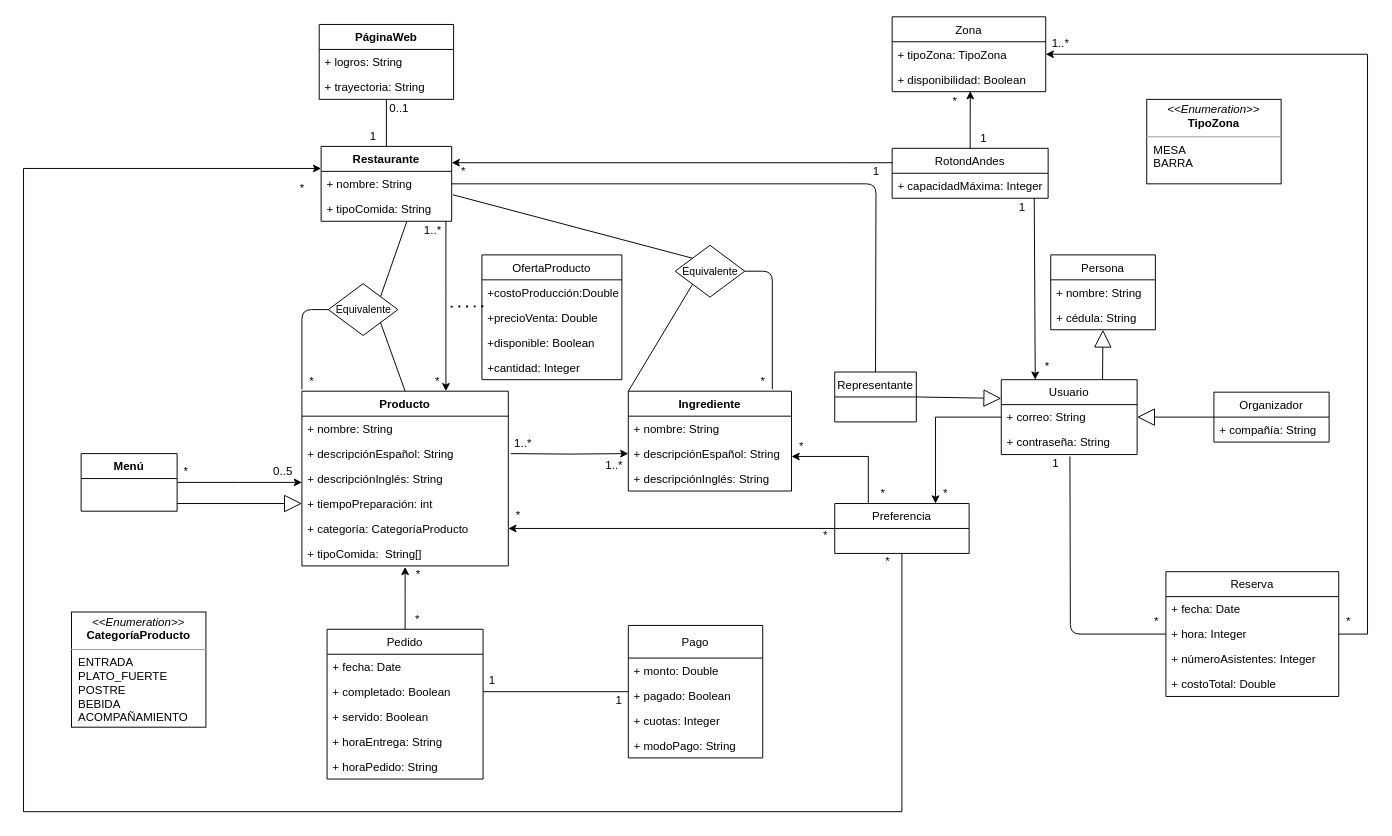
Above: Untitled Diagram.drawio in ValentinaSalazarM/Sistrans (draw.io), before the change. Source tidied: cells renumbered, new cells numbered last; positions are measured from the earlier drawing's top-left corner, leaving out a move shared by most shapes. Both pictures are drawn from the tidied source at 96%, with x=0, y=0 at pixel (23, 16).
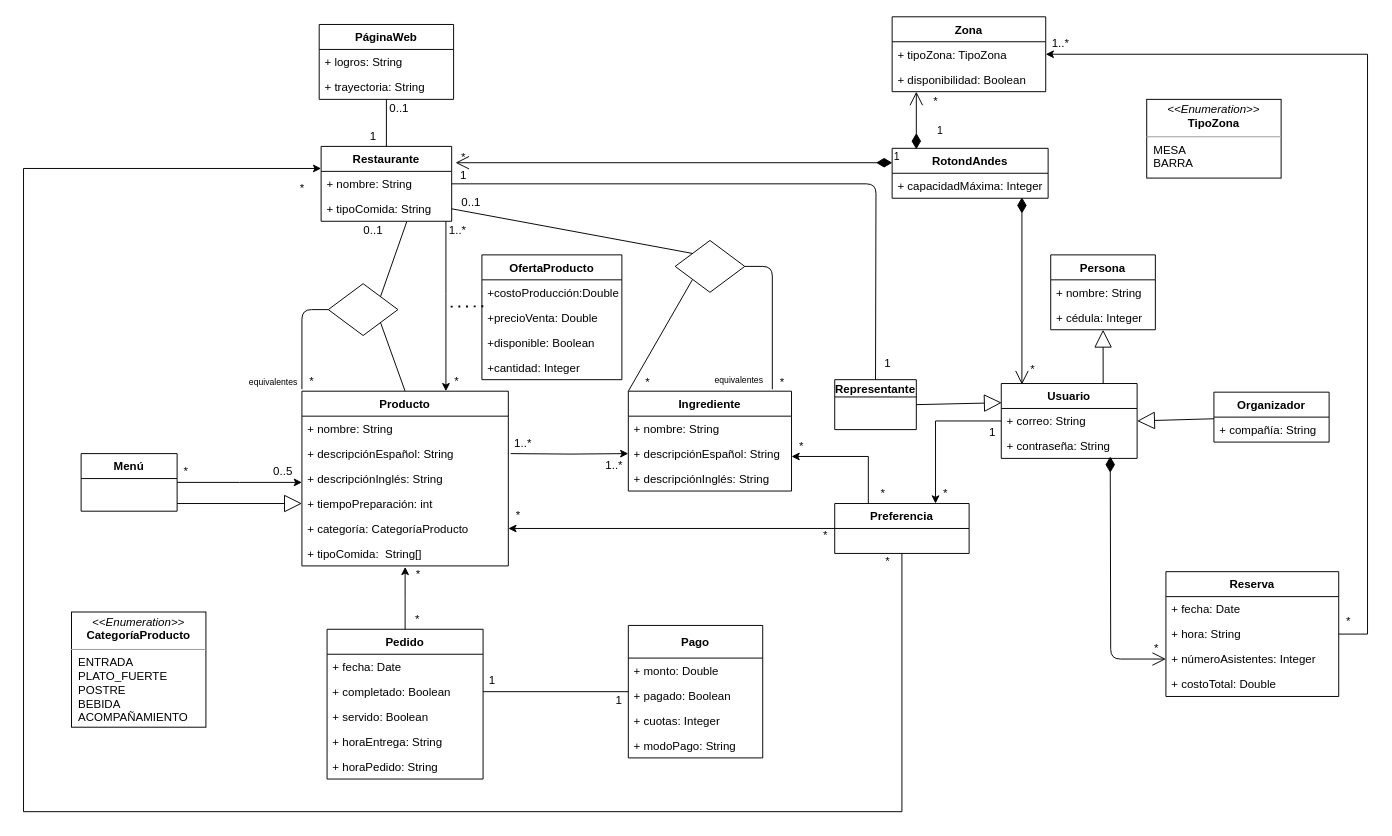
The same page after the edit.

Unchanged cells that the change refers to:
```xml
<mxCell id="16" value="+ tipoComida: String" style="text;strokeColor=none;fillColor=none;align=left;verticalAlign=top;spacingLeft=4;spacingRight=4;overflow=hidden;points=[[0,0.5],[1,0.5]];portConstraint=eastwest;" parent="14" vertex="1">
  <mxGeometry y="52" width="136" height="26" as="geometry" />
</mxCell>
<mxCell id="38" value="+ correo: String" style="text;strokeColor=none;fillColor=none;align=left;verticalAlign=top;spacingLeft=4;spacingRight=4;overflow=hidden;points=[[0,0.5],[1,0.5]];portConstraint=eastwest;" parent="37" vertex="1">
  <mxGeometry y="26" width="141.5" height="26" as="geometry" />
</mxCell>
<mxCell id="52" value="+ númeroAsistentes: Integer" style="text;strokeColor=none;fillColor=none;align=left;verticalAlign=top;spacingLeft=4;spacingRight=4;overflow=hidden;points=[[0,0.5],[1,0.5]];portConstraint=eastwest;" parent="49" vertex="1">
  <mxGeometry y="78" width="180" height="26" as="geometry" />
</mxCell>
<mxCell id="70" value="+ disponibilidad: Boolean" style="text;strokeColor=none;fillColor=none;align=left;verticalAlign=top;spacingLeft=4;spacingRight=4;overflow=hidden;points=[[0,0.5],[1,0.5]];portConstraint=eastwest;" parent="68" vertex="1">
  <mxGeometry y="52" width="160" height="26" as="geometry" />
</mxCell>
<mxCell id="72" value="+ capacidadMáxima: Integer" style="text;strokeColor=none;fillColor=none;align=left;verticalAlign=top;spacingLeft=4;spacingRight=4;overflow=hidden;points=[[0,0.5],[1,0.5]];portConstraint=eastwest;" parent="71" vertex="1">
  <mxGeometry y="26" width="162.5" height="26" as="geometry" />
</mxCell>
```

What changed in the source:
```diff
@@
-    <mxCell id="4" style="edgeStyle=orthogonalEdgeStyle;rounded=0;orthogonalLoop=1;jettySize=auto;html=1;" parent="1" edge="1">
-      <mxGeometry relative="1" as="geometry">
-        <mxPoint x="905" y="152" as="sourcePoint" />
-        <mxPoint x="446" y="152" as="targetPoint" />
-        <Array as="points">
-          <mxPoint x="856" y="152" />
-        </Array>
-      </mxGeometry>
-    </mxCell>
@@
     <mxCell id="9" value="&lt;p style=&quot;margin: 0px ; margin-top: 4px ; text-align: center&quot;&gt;&lt;i&gt;&amp;lt;&amp;lt;Enumeration&amp;gt;&amp;gt;&lt;/i&gt;&lt;br&gt;&lt;b&gt;TipoZona&lt;/b&gt;&lt;/p&gt;&lt;hr size=&quot;1&quot;&gt;&lt;p style=&quot;margin: 0px ; margin-left: 4px&quot;&gt;&amp;nbsp;MESA&lt;/p&gt;&lt;p style=&quot;margin: 0px ; margin-left: 4px&quot;&gt;&amp;nbsp;BARRA&lt;/p&gt;&lt;p style=&quot;margin: 0px ; margin-left: 4px&quot;&gt;&lt;br&gt;&lt;/p&gt;" style="verticalAlign=top;align=left;overflow=fill;fontSize=12;fontFamily=Helvetica;html=1;" parent="1" vertex="1">
-      <mxGeometry x="1170" y="86" width="140" height="88" as="geometry" />
+      <mxGeometry x="1170" y="86" width="140" height="82" as="geometry" />
     </mxCell>
-    <mxCell id="10" style="edgeStyle=orthogonalEdgeStyle;rounded=0;jettySize=auto;html=1;entryX=0.509;entryY=0.979;entryDx=0;entryDy=0;entryPerimeter=0;" parent="1" edge="1" source="71" target="70">
-      <mxGeometry relative="1" as="geometry" />
-    </mxCell>
@@
-    <mxCell id="13" value="&lt;font style=&quot;font-size: 11px&quot;&gt;Equivalente&lt;/font&gt;" style="rhombus;whiteSpace=wrap;html=1;" parent="1" vertex="1">
+    <mxCell id="13" style="rhombus;whiteSpace=wrap;html=1;" parent="1" vertex="1">
       <mxGeometry x="317.5" y="278" width="72.5" height="54" as="geometry" />
     </mxCell>
@@
     <mxCell id="17" value="*" style="text;html=1;align=center;verticalAlign=middle;" parent="1" vertex="1">
-      <mxGeometry x="421" y="370" width="20" height="20" as="geometry" />
+      <mxGeometry x="441" y="370" width="20" height="20" as="geometry" />
     </mxCell>
@@
     <mxCell id="26" value="1..*" style="text;html=1;align=center;verticalAlign=middle;" parent="1" vertex="1">
-      <mxGeometry x="411" y="213" width="30" height="20" as="geometry" />
+      <mxGeometry x="437" y="213" width="30" height="20" as="geometry" />
     </mxCell>
@@
-    <mxCell id="34" style="endArrow=block;endSize=16;endFill=0;html=1;elbow=vertical;" parent="1" edge="1" target="91">
-      <mxGeometry relative="1" as="geometry">
-        <mxPoint x="1124" y="378" as="sourcePoint" />
-      </mxGeometry>
+    <mxCell id="34" style="endArrow=block;endSize=16;endFill=0;html=1;elbow=vertical;exitX=0.75;exitY=0;exitDx=0;exitDy=0;" parent="1" edge="1" source="37" target="91">
+      <mxGeometry relative="1" as="geometry" />
     </mxCell>
-    <mxCell id="35" style="endArrow=block;endSize=16;endFill=0;html=1;elbow=vertical;" parent="1" edge="1" source="109" target="38">
+    <mxCell id="35" style="endArrow=block;endSize=16;endFill=0;html=1;elbow=vertical;entryX=1;entryY=0.5;entryDx=0;entryDy=0;" parent="1" edge="1" source="109" target="38">
       <mxGeometry relative="1" as="geometry" />
     </mxCell>
@@
-    <mxCell id="37" value="Usuario" style="swimlane;fontStyle=0;horizontal=1;startSize=26;fillColor=none;shadow=0;" parent="1" vertex="1">
-      <mxGeometry x="1018.5" y="378" width="141.5" height="78" as="geometry" />
+    <mxCell id="37" value="Usuario" style="swimlane;fontStyle=1;horizontal=1;startSize=26;fillColor=none;shadow=0;" parent="1" vertex="1">
+      <mxGeometry x="1018.5" y="382" width="141.5" height="78" as="geometry" />
     </mxCell>
@@
     <mxCell id="43" value="*" style="text;html=1;align=center;verticalAlign=middle;" parent="1" vertex="1">
-      <mxGeometry x="1056" y="354" width="20" height="20" as="geometry" />
+      <mxGeometry x="1041" y="358" width="20" height="20" as="geometry" />
     </mxCell>
-    <mxCell id="44" value="1" style="text;html=1;align=center;verticalAlign=middle;" parent="1" vertex="1">
-      <mxGeometry x="1030" y="189" width="20" height="20" as="geometry" />
-    </mxCell>
     <mxCell id="45" value="*" style="text;html=1;align=center;verticalAlign=middle;" parent="1" vertex="1">
-      <mxGeometry x="960" y="78" width="20" height="20" as="geometry" />
+      <mxGeometry x="940" y="78" width="20" height="20" as="geometry" />
     </mxCell>
-    <mxCell id="46" value="1" style="text;html=1;align=center;verticalAlign=middle;" parent="1" vertex="1">
-      <mxGeometry x="990" y="117" width="20" height="20" as="geometry" />
-    </mxCell>
     <mxCell id="47" value="*" style="text;html=1;align=center;verticalAlign=middle;" parent="1" vertex="1">
-      <mxGeometry x="448" y="151" width="20" height="20" as="geometry" />
+      <mxGeometry x="448" y="137" width="20" height="20" as="geometry" />
     </mxCell>
-    <mxCell id="48" value="1" style="text;html=1;align=center;verticalAlign=middle;" parent="1" vertex="1">
-      <mxGeometry x="877.5" y="151" width="20" height="20" as="geometry" />
-    </mxCell>
-    <mxCell id="49" value="Reserva" style="swimlane;fontStyle=0;horizontal=1;startSize=26;fillColor=none;" parent="1" vertex="1">
+    <mxCell id="49" value="Reserva" style="swimlane;fontStyle=1;horizontal=1;startSize=26;fillColor=none;" parent="1" vertex="1">
       <mxGeometry x="1190" y="578" width="180" height="130" as="geometry" />
     </mxCell>
@@
-    <mxCell id="51" value="+ hora: Integer" style="text;strokeColor=none;fillColor=none;align=left;verticalAlign=top;spacingLeft=4;spacingRight=4;overflow=hidden;points=[[0,0.5],[1,0.5]];portConstraint=eastwest;" parent="49" vertex="1">
+    <mxCell id="51" value="+ hora: String&#10;" style="text;strokeColor=none;fillColor=none;align=left;verticalAlign=top;spacingLeft=4;spacingRight=4;overflow=hidden;points=[[0,0.5],[1,0.5]];portConstraint=eastwest;" parent="49" vertex="1">
       <mxGeometry y="52" width="180" height="26" as="geometry" />
     </mxCell>
@@
-    <mxCell id="59" value="&lt;font style=&quot;font-size: 11px&quot;&gt;Equivalente&lt;/font&gt;" style="rhombus;whiteSpace=wrap;html=1;" parent="1" vertex="1">
-      <mxGeometry x="678.8" y="238" width="72.5" height="54" as="geometry" />
+    <mxCell id="59" style="rhombus;whiteSpace=wrap;html=1;" parent="1" vertex="1">
+      <mxGeometry x="678.8" y="233" width="72.5" height="54" as="geometry" />
     </mxCell>
@@
-    <mxCell id="67" style="edgeStyle=none;rounded=0;jettySize=auto;html=1;entryX=0.25;entryY=0;entryDx=0;entryDy=0;exitX=0.911;exitY=0.985;exitDx=0;exitDy=0;exitPerimeter=0;" parent="1" edge="1" source="72" target="37">
-      <mxGeometry relative="1" as="geometry" />
-    </mxCell>
-    <mxCell id="68" value="Zona" style="swimlane;fontStyle=0;horizontal=1;startSize=26;fillColor=none;" parent="1" vertex="1">
+    <mxCell id="68" value="Zona" style="swimlane;fontStyle=1;horizontal=1;startSize=26;fillColor=none;" parent="1" vertex="1">
       <mxGeometry x="904.8" width="160" height="78" as="geometry" />
     </mxCell>
@@
-    <mxCell id="71" value="RotondAndes" style="swimlane;fontStyle=0;horizontal=1;startSize=26;fillColor=none;" parent="1" vertex="1">
+    <mxCell id="71" value="RotondAndes" style="swimlane;fontStyle=1;horizontal=1;startSize=26;fillColor=none;" parent="1" vertex="1">
       <mxGeometry x="904.8" y="137" width="162.5" height="52" as="geometry" />
     </mxCell>
@@
-    <mxCell id="73" style="endArrow=none;html=1;entryX=1.009;entryY=-0.062;entryDx=0;entryDy=0;exitX=0;exitY=0;exitDx=0;exitDy=0;entryPerimeter=0;" parent="1" edge="1" source="59" target="16">
+    <mxCell id="73" style="endArrow=none;html=1;entryX=1;entryY=0.5;entryDx=0;entryDy=0;exitX=0;exitY=0;exitDx=0;exitDy=0;" parent="1" edge="1" source="59" target="16">
       <mxGeometry relative="1" as="geometry" />
     </mxCell>
@@
     <mxCell id="79" style="endArrow=none;html=1;entryX=1;entryY=0.5;entryDx=0;entryDy=0;" parent="1" edge="1" target="59">
       <mxGeometry relative="1" as="geometry">
         <mxPoint x="780" y="388" as="sourcePoint" />
         <Array as="points">
-          <mxPoint x="780" y="265" />
+          <mxPoint x="780" y="260" />
         </Array>
       </mxGeometry>
     </mxCell>
     <mxCell id="80" value="*" style="text;html=1;align=center;verticalAlign=middle;" parent="1" vertex="1">
-      <mxGeometry x="760" y="370" width="20" height="20" as="geometry" />
+      <mxGeometry x="780" y="371" width="20" height="20" as="geometry" />
     </mxCell>
-    <mxCell id="81" value="OfertaProducto" style="swimlane;fontStyle=0;horizontal=1;startSize=26;fillColor=none;shadow=0;" parent="1" vertex="1">
+    <mxCell id="81" value="OfertaProducto" style="swimlane;fontStyle=1;horizontal=1;startSize=26;fillColor=none;shadow=0;" parent="1" vertex="1">
       <mxGeometry x="477.5" y="248" width="145.8" height="130" as="geometry" />
     </mxCell>
@@
-    <mxCell id="86" style="endArrow=none;html=1;exitX=0;exitY=0.5;exitDx=0;exitDy=0;edgeStyle=orthogonalEdgeStyle;" parent="1" edge="1" source="51">
-      <mxGeometry relative="1" as="geometry">
-        <mxPoint x="1090" y="458" as="targetPoint" />
-      </mxGeometry>
-    </mxCell>
     <mxCell id="87" value="*" style="text;html=1;align=center;verticalAlign=middle;" parent="1" vertex="1">
-      <mxGeometry x="1170" y="620" width="20" height="20" as="geometry" />
+      <mxGeometry x="1170" y="648" width="20" height="20" as="geometry" />
     </mxCell>
-    <mxCell id="88" value="1" style="text;html=1;align=center;verticalAlign=middle;" parent="1" vertex="1">
-      <mxGeometry x="1065" y="455" width="20" height="20" as="geometry" />
-    </mxCell>
-    <mxCell id="89" value="Persona" style="swimlane;fontStyle=0;horizontal=1;startSize=26;fillColor=none;" parent="1" vertex="1">
+    <mxCell id="89" value="Persona" style="swimlane;fontStyle=1;horizontal=1;startSize=26;fillColor=none;" parent="1" vertex="1">
       <mxGeometry x="1070" y="248" width="109" height="78" as="geometry" />
     </mxCell>
@@
-    <mxCell id="91" value="+ cédula: String" style="text;strokeColor=none;fillColor=none;align=left;verticalAlign=top;spacingLeft=4;spacingRight=4;overflow=hidden;points=[[0,0.5],[1,0.5]];portConstraint=eastwest;" parent="89" vertex="1">
+    <mxCell id="91" value="+ cédula: Integer" style="text;strokeColor=none;fillColor=none;align=left;verticalAlign=top;spacingLeft=4;spacingRight=4;overflow=hidden;points=[[0,0.5],[1,0.5]];portConstraint=eastwest;" parent="89" vertex="1">
       <mxGeometry y="52" width="109" height="26" as="geometry" />
     </mxCell>
@@
-    <mxCell id="95" value="Pago" style="swimlane;fontStyle=0;horizontal=1;startSize=34;fillColor=none;" parent="1" vertex="1">
+    <mxCell id="95" value="Pago" style="swimlane;fontStyle=1;horizontal=1;startSize=34;fillColor=none;" parent="1" vertex="1">
       <mxGeometry x="630" y="634" width="140" height="138" as="geometry" />
     </mxCell>
@@
-    <mxCell id="108" value="Preferencia" style="swimlane;fontStyle=0;horizontal=1;startSize=26;fillColor=none;shadow=0;strokeColor=#000000;" parent="1" vertex="1">
+    <mxCell id="108" value="Preferencia" style="swimlane;fontStyle=1;horizontal=1;startSize=26;fillColor=none;shadow=0;strokeColor=#000000;" parent="1" vertex="1">
       <mxGeometry x="845" y="507" width="140" height="52" as="geometry" />
     </mxCell>
-    <mxCell id="109" value="Organizador" style="swimlane;fontStyle=0;horizontal=1;startSize=26;fillColor=none;" parent="1" vertex="1">
+    <mxCell id="109" value="Organizador" style="swimlane;fontStyle=1;horizontal=1;startSize=26;fillColor=none;" parent="1" vertex="1">
       <mxGeometry x="1240" y="391" width="120" height="52" as="geometry" />
     </mxCell>
@@
-    <mxCell id="111" style="endArrow=block;endSize=16;endFill=0;html=1;elbow=vertical;exitX=1;exitY=0.5;exitDx=0;exitDy=0;entryX=0;entryY=0.25;entryDx=0;entryDy=0;" parent="1" edge="1" source="112" target="37">
-      <mxGeometry relative="1" as="geometry" />
+    <mxCell id="111" style="endArrow=block;endSize=16;endFill=0;html=1;elbow=vertical;exitX=1;exitY=0.5;exitDx=0;exitDy=0;" parent="1" edge="1" source="112">
+      <mxGeometry relative="1" as="geometry">
+        <mxPoint x="1019" y="402" as="targetPoint" />
+      </mxGeometry>
     </mxCell>
-    <mxCell id="112" value="Representante" style="swimlane;fontStyle=0;horizontal=1;startSize=26;fillColor=none;" parent="1" vertex="1">
-      <mxGeometry x="845" y="370" width="85" height="52" as="geometry" />
-    </mxCell>
@@
-    <mxCell id="115" value="Pedido" style="swimlane;fontStyle=0;horizontal=1;startSize=26;fillColor=none;" parent="1" vertex="1">
+    <mxCell id="115" value="Pedido" style="swimlane;fontStyle=1;horizontal=1;startSize=26;fillColor=none;" parent="1" vertex="1">
       <mxGeometry x="316.2" y="638" width="162.5" height="156" as="geometry" />
     </mxCell>
@@
+    <mxCell id="121" value="&lt;font style=&quot;font-size: 9px&quot;&gt;equivalentes&lt;/font&gt;" style="text;html=1;align=center;verticalAlign=middle;" parent="1" vertex="1">
+      <mxGeometry x="225" y="370" width="70" height="20" as="geometry" />
+    </mxCell>
+    <mxCell id="122" value="&lt;font style=&quot;font-size: 9px&quot;&gt;equivalentes&lt;/font&gt;" style="text;html=1;align=center;verticalAlign=middle;" parent="1" vertex="1">
+      <mxGeometry x="710" y="368" width="70" height="20" as="geometry" />
+    </mxCell>
+    <mxCell id="123" value="*" style="text;html=1;align=center;verticalAlign=middle;" parent="1" vertex="1">
+      <mxGeometry x="640" y="371" width="20" height="20" as="geometry" />
+    </mxCell>
+    <mxCell id="124" value="0..1" style="text;html=1;align=center;verticalAlign=middle;" parent="1" vertex="1">
+      <mxGeometry x="446" y="184" width="40" height="20" as="geometry" />
+    </mxCell>
+    <mxCell id="125" value="1" style="text;html=1;align=center;verticalAlign=middle;" parent="1" vertex="1">
+      <mxGeometry x="448" y="155" width="20" height="20" as="geometry" />
+    </mxCell>
+    <mxCell id="126" value="0..1" style="text;html=1;align=center;verticalAlign=middle;" parent="1" vertex="1">
+      <mxGeometry x="344" y="213" width="40" height="20" as="geometry" />
+    </mxCell>
+    <mxCell id="127" value="1" style="endArrow=open;html=1;endSize=12;startArrow=diamondThin;startSize=14;startFill=1;edgeStyle=orthogonalEdgeStyle;align=left;verticalAlign=bottom;" parent="1" edge="1">
+      <mxGeometry x="-0.67" y="-20" relative="1" as="geometry">
+        <mxPoint x="930" y="138" as="sourcePoint" />
+        <mxPoint x="930" y="78" as="targetPoint" />
+        <Array as="points">
+          <mxPoint x="930" y="138" />
+        </Array>
+      </mxGeometry>
+    </mxCell>
+    <mxCell id="128" value="1" style="text;html=1;align=center;verticalAlign=middle;" parent="1" vertex="1">
+      <mxGeometry x="890" y="351" width="20" height="20" as="geometry" />
+    </mxCell>
+    <mxCell id="129" style="endArrow=open;html=1;endSize=12;startArrow=diamondThin;startSize=14;startFill=1;edgeStyle=orthogonalEdgeStyle;align=left;verticalAlign=bottom;exitX=0.832;exitY=0.962;exitDx=0;exitDy=0;exitPerimeter=0;" parent="1" edge="1" source="72">
+      <mxGeometry x="-0.88" y="10" relative="1" as="geometry">
+        <mxPoint x="1040" y="383" as="targetPoint" />
+        <Array as="points">
+          <mxPoint x="1040" y="383" />
+        </Array>
+      </mxGeometry>
+    </mxCell>
+    <mxCell id="130" value="1" style="endArrow=open;html=1;endSize=12;startArrow=diamondThin;startSize=14;startFill=1;edgeStyle=orthogonalEdgeStyle;align=left;verticalAlign=bottom;" parent="1" edge="1">
+      <mxGeometry x="-1" y="3" relative="1" as="geometry">
+        <mxPoint x="905" y="152" as="sourcePoint" />
+        <mxPoint x="450" y="152" as="targetPoint" />
+      </mxGeometry>
+    </mxCell>
+    <mxCell id="131" style="endArrow=open;html=1;endSize=12;startArrow=diamondThin;startSize=14;startFill=1;edgeStyle=orthogonalEdgeStyle;align=left;verticalAlign=bottom;entryX=0;entryY=0.5;entryDx=0;entryDy=0;" parent="1" edge="1" target="52">
+      <mxGeometry x="0.78" y="191" relative="1" as="geometry">
+        <mxPoint x="1132" y="458" as="sourcePoint" />
+      </mxGeometry>
+    </mxCell>
+    <mxCell id="112" value="Representante" style="swimlane;fontStyle=1;horizontal=1;startSize=18;fillColor=none;" parent="1" vertex="1">
+      <mxGeometry x="845" y="378" width="85" height="52" as="geometry" />
+    </mxCell>
+    <mxCell id="132" value="1" style="text;html=1;align=center;verticalAlign=middle;" parent="1" vertex="1">
+      <mxGeometry x="998.5" y="423" width="20" height="20" as="geometry" />
+    </mxCell>
```
